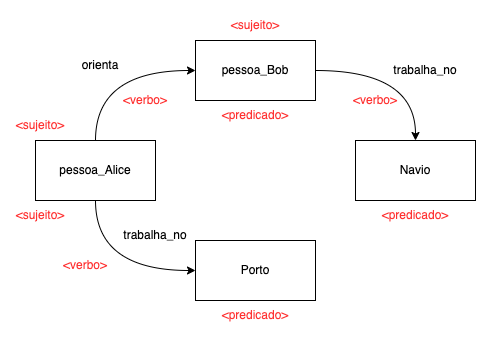
Above: Midia Externa/triplas.png in gui1080/TCC_ProjetoCalliandra (draw.io), before the change. Source tidied: cells renumbered, new cells last; positions are measured from the earlier drawing's top-left corner, leaving out a move shared by most shapes.
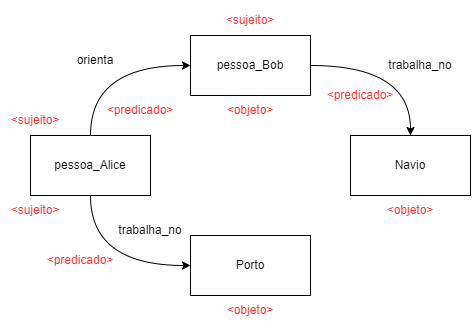
After the commit.

Change to the diagram source:
```diff
@@ -38,22 +38,22 @@
     <mxCell id="13" value="&lt;font color=&quot;#ff3333&quot;&gt;&amp;lt;sujeito&amp;gt;&lt;/font&gt;" style="text;html=1;strokeColor=none;fillColor=none;align=center;verticalAlign=middle;whiteSpace=wrap;rounded=0;" parent="1" vertex="1">
       <mxGeometry x="215" width="60" height="30" as="geometry" />
     </mxCell>
-    <mxCell id="14" value="&lt;font color=&quot;#ff3333&quot;&gt;&amp;lt;verbo&amp;gt;&lt;/font&gt;" style="text;html=1;strokeColor=none;fillColor=none;align=center;verticalAlign=middle;whiteSpace=wrap;rounded=0;" parent="1" vertex="1">
-      <mxGeometry x="105" y="75" width="60" height="30" as="geometry" />
+    <mxCell id="14" value="&lt;font color=&quot;#ff3333&quot;&gt;&amp;lt;objeto&amp;gt;&lt;/font&gt;" style="text;html=1;strokeColor=none;fillColor=none;align=center;verticalAlign=middle;whiteSpace=wrap;rounded=0;" parent="1" vertex="1">
+      <mxGeometry x="215" y="90" width="60" height="30" as="geometry" />
     </mxCell>
     <mxCell id="15" value="&lt;font color=&quot;#ff3333&quot;&gt;&amp;lt;predicado&amp;gt;&lt;/font&gt;" style="text;html=1;strokeColor=none;fillColor=none;align=center;verticalAlign=middle;whiteSpace=wrap;rounded=0;" parent="1" vertex="1">
-      <mxGeometry x="215" y="90" width="60" height="30" as="geometry" />
+      <mxGeometry x="105" y="90" width="60" height="30" as="geometry" />
     </mxCell>
-    <mxCell id="16" value="&lt;font color=&quot;#ff3333&quot;&gt;&amp;lt;predicado&amp;gt;&lt;/font&gt;" style="text;html=1;strokeColor=none;fillColor=none;align=center;verticalAlign=middle;whiteSpace=wrap;rounded=0;" parent="1" vertex="1">
+    <mxCell id="16" value="&lt;font color=&quot;#ff3333&quot;&gt;&amp;lt;objeto&amp;gt;&lt;/font&gt;" style="text;html=1;strokeColor=none;fillColor=none;align=center;verticalAlign=middle;whiteSpace=wrap;rounded=0;" parent="1" vertex="1">
       <mxGeometry x="375" y="190" width="60" height="30" as="geometry" />
     </mxCell>
-    <mxCell id="17" value="&lt;font color=&quot;#ff3333&quot;&gt;&amp;lt;verbo&amp;gt;&lt;/font&gt;" style="text;html=1;strokeColor=none;fillColor=none;align=center;verticalAlign=middle;whiteSpace=wrap;rounded=0;" parent="1" vertex="1">
-      <mxGeometry x="335" y="75" width="60" height="30" as="geometry" />
+    <mxCell id="17" value="&lt;font color=&quot;#ff3333&quot;&gt;&amp;lt;predicado&amp;gt;&lt;/font&gt;" style="text;html=1;strokeColor=none;fillColor=none;align=center;verticalAlign=middle;whiteSpace=wrap;rounded=0;" parent="1" vertex="1">
+      <mxGeometry x="325" y="75" width="60" height="30" as="geometry" />
     </mxCell>
-    <mxCell id="18" value="&lt;font color=&quot;#ff3333&quot;&gt;&amp;lt;verbo&amp;gt;&lt;/font&gt;" style="text;html=1;strokeColor=none;fillColor=none;align=center;verticalAlign=middle;whiteSpace=wrap;rounded=0;" parent="1" vertex="1">
+    <mxCell id="18" value="&lt;font color=&quot;#ff3333&quot;&gt;&amp;lt;predicado&amp;gt;&lt;/font&gt;" style="text;html=1;strokeColor=none;fillColor=none;align=center;verticalAlign=middle;whiteSpace=wrap;rounded=0;" parent="1" vertex="1">
       <mxGeometry x="45" y="240" width="60" height="30" as="geometry" />
     </mxCell>
-    <mxCell id="19" value="&lt;font color=&quot;#ff3333&quot;&gt;&amp;lt;predicado&amp;gt;&lt;/font&gt;" style="text;html=1;strokeColor=none;fillColor=none;align=center;verticalAlign=middle;whiteSpace=wrap;rounded=0;" parent="1" vertex="1">
+    <mxCell id="19" value="&lt;font color=&quot;#ff3333&quot;&gt;&amp;lt;objeto&amp;gt;&lt;/font&gt;" style="text;html=1;strokeColor=none;fillColor=none;align=center;verticalAlign=middle;whiteSpace=wrap;rounded=0;" parent="1" vertex="1">
       <mxGeometry x="215" y="290" width="60" height="30" as="geometry" />
     </mxCell>
     <mxCell id="20" value="&lt;font color=&quot;#ff3333&quot;&gt;&amp;lt;sujeito&amp;gt;&lt;/font&gt;" style="text;html=1;strokeColor=none;fillColor=none;align=center;verticalAlign=middle;whiteSpace=wrap;rounded=0;" parent="1" vertex="1">
```
